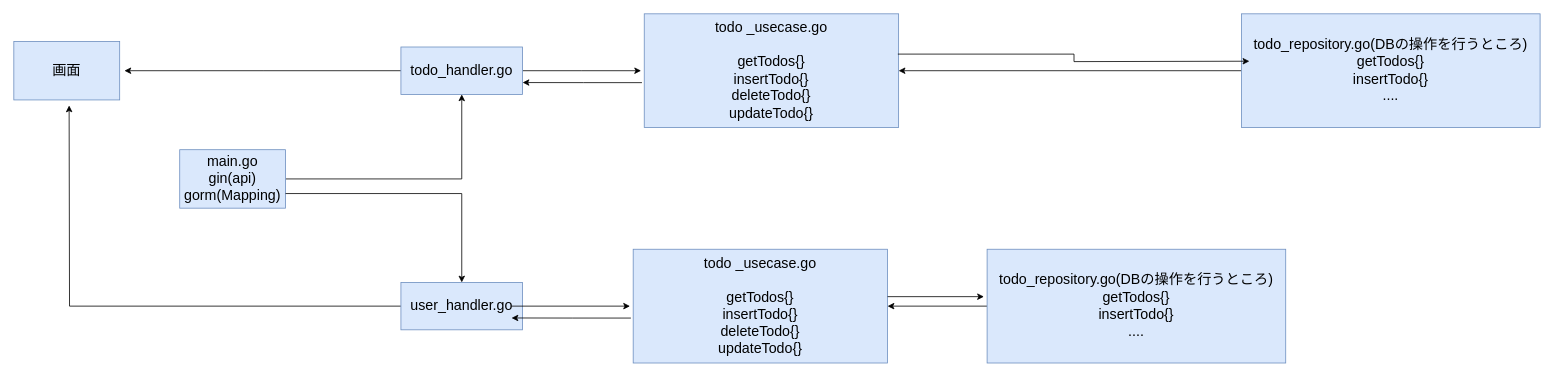
This is golang-architecture.drawio from daichi0525/pair-diagram-back, a draw.io file, before an edit. Source tidied: cells renumbered, new cells numbered last; positions are measured from the earlier drawing's top-left corner, leaving out a move shared by most shapes. Both pictures are drawn from the tidied source at 79%, with x=0, y=0 at pixel (13, 13).
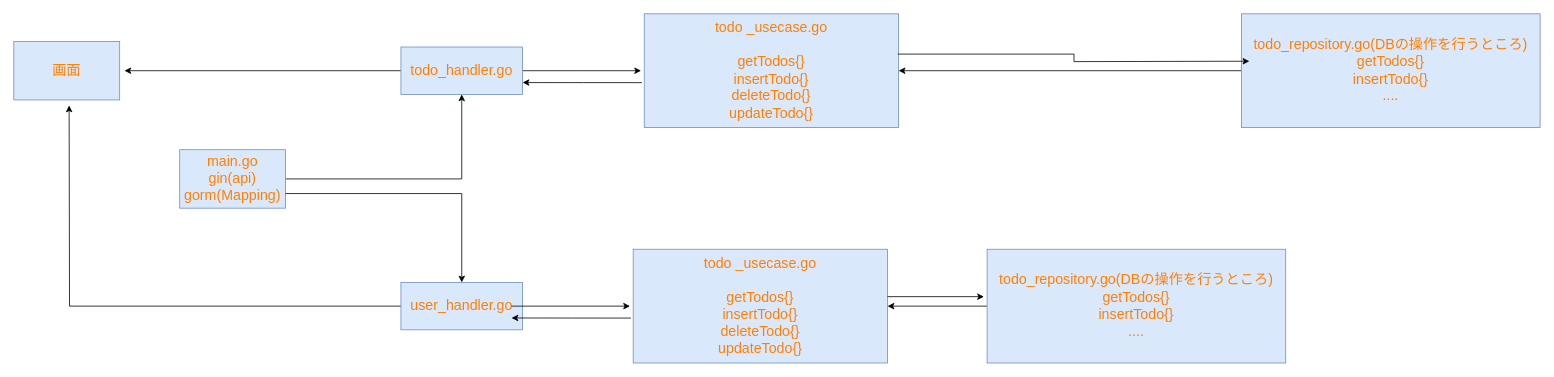
Above is the later version.

Commit message:
文字色の変更

What changed in the source:
```diff
@@
-    <mxCell id="2" style="edgeStyle=orthogonalEdgeStyle;rounded=0;jettySize=auto;html=1;" parent="1" edge="1" source="3" target="6">
+    <mxCell id="2" style="edgeStyle=orthogonalEdgeStyle;rounded=0;jettySize=auto;html=1;fontColor=#FF8000;" parent="1" edge="1" source="3" target="6">
       <mxGeometry relative="1" as="geometry" />
     </mxCell>
-    <mxCell id="3" value="main.go&lt;div&gt;gin(api)&lt;div&gt;gorm(Mapping)&lt;/div&gt;&lt;/div&gt;" style="rounded=0;whiteSpace=wrap;html=1;fillColor=#dae8fc;strokeColor=#6c8ebf;fontSize=18;" parent="1" vertex="1">
+    <mxCell id="3" value="main.go&lt;div&gt;gin(api)&lt;div&gt;gorm(Mapping)&lt;/div&gt;&lt;/div&gt;" style="rounded=0;whiteSpace=wrap;html=1;fillColor=#dae8fc;strokeColor=#6c8ebf;fontSize=18;fontColor=#FF8000;" parent="1" vertex="1">
       <mxGeometry x="210" y="172" width="134" height="74" as="geometry" />
     </mxCell>
-    <mxCell id="4" style="edgeStyle=orthogonalEdgeStyle;rounded=0;jettySize=auto;html=1;exitX=1;exitY=0.5;exitDx=0;exitDy=0;" parent="1" edge="1" source="6">
+    <mxCell id="4" style="edgeStyle=orthogonalEdgeStyle;rounded=0;jettySize=auto;html=1;exitX=1;exitY=0.5;exitDx=0;exitDy=0;fontColor=#FF8000;" parent="1" edge="1" source="6">
       <mxGeometry relative="1" as="geometry">
         <mxPoint x="794" y="72" as="targetPoint" />
       </mxGeometry>
     </mxCell>
-    <mxCell id="5" style="edgeStyle=orthogonalEdgeStyle;rounded=0;jettySize=auto;html=1;" parent="1" edge="1" source="6">
+    <mxCell id="5" style="edgeStyle=orthogonalEdgeStyle;rounded=0;jettySize=auto;html=1;fontColor=#FF8000;" parent="1" edge="1" source="6">
       <mxGeometry relative="1" as="geometry">
         <mxPoint x="140" y="72" as="targetPoint" />
       </mxGeometry>
     </mxCell>
-    <mxCell id="6" value="todo_handler.go" style="rounded=0;whiteSpace=wrap;html=1;fillColor=#dae8fc;strokeColor=#6c8ebf;fontSize=18;" parent="1" vertex="1">
+    <mxCell id="6" value="todo_handler.go" style="rounded=0;whiteSpace=wrap;html=1;fillColor=#dae8fc;strokeColor=#6c8ebf;fontSize=18;fontColor=#FF8000;" parent="1" vertex="1">
       <mxGeometry x="490" y="42" width="154" height="60" as="geometry" />
     </mxCell>
-    <mxCell id="7" value="&lt;div&gt;todo _usecase.go&lt;/div&gt;&lt;div&gt;&lt;br&gt;&lt;/div&gt;&lt;div&gt;getTodos{}&lt;/div&gt;&lt;div&gt;insertTodo{}&lt;/div&gt;&lt;div&gt;deleteTodo{}&lt;/div&gt;&lt;div&gt;updateTodo{}&lt;/div&gt;" style="rounded=0;whiteSpace=wrap;html=1;fillColor=#dae8fc;strokeColor=#6c8ebf;fontSize=18;" parent="1" vertex="1">
+    <mxCell id="7" value="&lt;div&gt;todo _usecase.go&lt;/div&gt;&lt;div&gt;&lt;br&gt;&lt;/div&gt;&lt;div&gt;getTodos{}&lt;/div&gt;&lt;div&gt;insertTodo{}&lt;/div&gt;&lt;div&gt;deleteTodo{}&lt;/div&gt;&lt;div&gt;updateTodo{}&lt;/div&gt;" style="rounded=0;whiteSpace=wrap;html=1;fillColor=#dae8fc;strokeColor=#6c8ebf;fontSize=18;fontColor=#FF8000;" parent="1" vertex="1">
       <mxGeometry x="798" width="322" height="144" as="geometry" />
     </mxCell>
-    <mxCell id="8" style="edgeStyle=orthogonalEdgeStyle;rounded=0;jettySize=auto;html=1;" parent="1" edge="1" source="9">
+    <mxCell id="8" style="edgeStyle=orthogonalEdgeStyle;rounded=0;jettySize=auto;html=1;fontColor=#FF8000;" parent="1" edge="1" source="9">
       <mxGeometry relative="1" as="geometry">
         <mxPoint x="70" y="116" as="targetPoint" />
       </mxGeometry>
     </mxCell>
-    <mxCell id="9" value="user_handler.go" style="rounded=0;whiteSpace=wrap;html=1;fillColor=#dae8fc;strokeColor=#6c8ebf;fontSize=18;" parent="1" vertex="1">
+    <mxCell id="9" value="user_handler.go" style="rounded=0;whiteSpace=wrap;html=1;fillColor=#dae8fc;strokeColor=#6c8ebf;fontSize=18;fontColor=#FF8000;" parent="1" vertex="1">
       <mxGeometry x="490" y="340" width="154" height="60" as="geometry" />
     </mxCell>
-    <mxCell id="10" style="edgeStyle=orthogonalEdgeStyle;rounded=0;jettySize=auto;html=1;exitX=1;exitY=0.75;exitDx=0;exitDy=0;" parent="1" edge="1" source="3" target="9">
+    <mxCell id="10" style="edgeStyle=orthogonalEdgeStyle;rounded=0;jettySize=auto;html=1;exitX=1;exitY=0.75;exitDx=0;exitDy=0;fontColor=#FF8000;" parent="1" edge="1" source="3" target="9">
       <mxGeometry relative="1" as="geometry" />
     </mxCell>
-    <mxCell id="11" style="edgeStyle=orthogonalEdgeStyle;rounded=0;jettySize=auto;html=1;" parent="1" edge="1" source="12" target="7">
+    <mxCell id="11" style="edgeStyle=orthogonalEdgeStyle;rounded=0;jettySize=auto;html=1;fontColor=#FF8000;" parent="1" edge="1" source="12" target="7">
       <mxGeometry relative="1" as="geometry" />
     </mxCell>
-    <mxCell id="12" value="&lt;div&gt;todo_repository.go(DBの操作を行うところ)&lt;/div&gt;&lt;div&gt;getTodos{}&lt;/div&gt;&lt;div&gt;insertTodo{}&lt;/div&gt;&lt;div&gt;....&lt;/div&gt;" style="rounded=0;whiteSpace=wrap;html=1;fillColor=#dae8fc;strokeColor=#6c8ebf;fontSize=18;" parent="1" vertex="1">
+    <mxCell id="12" value="&lt;div&gt;todo_repository.go(DBの操作を行うところ)&lt;/div&gt;&lt;div&gt;getTodos{}&lt;/div&gt;&lt;div&gt;insertTodo{}&lt;/div&gt;&lt;div&gt;....&lt;/div&gt;" style="rounded=0;whiteSpace=wrap;html=1;fillColor=#dae8fc;strokeColor=#6c8ebf;fontSize=18;fontColor=#FF8000;" parent="1" vertex="1">
       <mxGeometry x="1554" width="378" height="144" as="geometry" />
     </mxCell>
-    <mxCell id="13" style="edgeStyle=orthogonalEdgeStyle;rounded=0;jettySize=auto;html=1;exitX=0.997;exitY=0.354;exitDx=0;exitDy=0;exitPerimeter=0;" parent="1" edge="1" source="7">
+    <mxCell id="13" style="edgeStyle=orthogonalEdgeStyle;rounded=0;jettySize=auto;html=1;exitX=0.997;exitY=0.354;exitDx=0;exitDy=0;exitPerimeter=0;fontColor=#FF8000;" parent="1" edge="1" source="7">
       <mxGeometry relative="1" as="geometry">
         <mxPoint x="1564" y="60" as="targetPoint" />
       </mxGeometry>
     </mxCell>
-    <mxCell id="14" style="edgeStyle=orthogonalEdgeStyle;rounded=0;jettySize=auto;html=1;exitX=-0.009;exitY=0.605;exitDx=0;exitDy=0;entryX=1;entryY=0.75;entryDx=0;entryDy=0;exitPerimeter=0;" parent="1" edge="1" source="7" target="6">
+    <mxCell id="14" style="edgeStyle=orthogonalEdgeStyle;rounded=0;jettySize=auto;html=1;exitX=-0.009;exitY=0.605;exitDx=0;exitDy=0;entryX=1;entryY=0.75;entryDx=0;entryDy=0;exitPerimeter=0;fontColor=#FF8000;" parent="1" edge="1" source="7" target="6">
       <mxGeometry relative="1" as="geometry" />
     </mxCell>
-    <mxCell id="15" value="画面" style="rounded=0;whiteSpace=wrap;html=1;fillColor=#dae8fc;strokeColor=#6c8ebf;fontSize=18;" parent="1" vertex="1">
+    <mxCell id="15" value="画面" style="rounded=0;whiteSpace=wrap;html=1;fillColor=#dae8fc;strokeColor=#6c8ebf;fontSize=18;fontColor=#FF8000;" parent="1" vertex="1">
       <mxGeometry y="35" width="134" height="74" as="geometry" />
     </mxCell>
-    <mxCell id="16" style="edgeStyle=orthogonalEdgeStyle;rounded=0;orthogonalLoop=1;jettySize=auto;html=1;exitX=1;exitY=0.5;exitDx=0;exitDy=0;" parent="1" edge="1">
+    <mxCell id="16" style="edgeStyle=orthogonalEdgeStyle;rounded=0;orthogonalLoop=1;jettySize=auto;html=1;exitX=1;exitY=0.5;exitDx=0;exitDy=0;fontColor=#FF8000;" parent="1" edge="1">
       <mxGeometry relative="1" as="geometry">
         <mxPoint x="630" y="370" as="sourcePoint" />
         <mxPoint x="780" y="370" as="targetPoint" />
       </mxGeometry>
     </mxCell>
-    <mxCell id="17" value="&lt;div&gt;todo _usecase.go&lt;/div&gt;&lt;div&gt;&lt;br&gt;&lt;/div&gt;&lt;div&gt;getTodos{}&lt;/div&gt;&lt;div&gt;insertTodo{}&lt;/div&gt;&lt;div&gt;deleteTodo{}&lt;/div&gt;&lt;div&gt;updateTodo{}&lt;/div&gt;" style="rounded=0;whiteSpace=wrap;html=1;fillColor=#dae8fc;strokeColor=#6c8ebf;fontSize=18;" parent="1" vertex="1">
+    <mxCell id="17" value="&lt;div&gt;todo _usecase.go&lt;/div&gt;&lt;div&gt;&lt;br&gt;&lt;/div&gt;&lt;div&gt;getTodos{}&lt;/div&gt;&lt;div&gt;insertTodo{}&lt;/div&gt;&lt;div&gt;deleteTodo{}&lt;/div&gt;&lt;div&gt;updateTodo{}&lt;/div&gt;" style="rounded=0;whiteSpace=wrap;html=1;fillColor=#dae8fc;strokeColor=#6c8ebf;fontSize=18;fontColor=#FF8000;" parent="1" vertex="1">
       <mxGeometry x="784" y="298" width="322" height="144" as="geometry" />
     </mxCell>
-    <mxCell id="18" style="edgeStyle=orthogonalEdgeStyle;rounded=0;jettySize=auto;html=1;" parent="1" edge="1" source="19" target="17">
+    <mxCell id="18" style="edgeStyle=orthogonalEdgeStyle;rounded=0;jettySize=auto;html=1;fontColor=#FF8000;" parent="1" edge="1" source="19" target="17">
       <mxGeometry relative="1" as="geometry" />
     </mxCell>
-    <mxCell id="19" value="&lt;div&gt;todo_repository.go(DBの操作を行うところ)&lt;/div&gt;&lt;div&gt;getTodos{}&lt;/div&gt;&lt;div&gt;insertTodo{}&lt;/div&gt;&lt;div&gt;....&lt;/div&gt;" style="rounded=0;whiteSpace=wrap;html=1;fillColor=#dae8fc;strokeColor=#6c8ebf;fontSize=18;" parent="1" vertex="1">
+    <mxCell id="19" value="&lt;div&gt;todo_repository.go(DBの操作を行うところ)&lt;/div&gt;&lt;div&gt;getTodos{}&lt;/div&gt;&lt;div&gt;insertTodo{}&lt;/div&gt;&lt;div&gt;....&lt;/div&gt;" style="rounded=0;whiteSpace=wrap;html=1;fillColor=#dae8fc;strokeColor=#6c8ebf;fontSize=18;fontColor=#FF8000;" parent="1" vertex="1">
       <mxGeometry x="1232" y="298" width="378" height="144" as="geometry" />
     </mxCell>
-    <mxCell id="20" style="edgeStyle=orthogonalEdgeStyle;rounded=0;orthogonalLoop=1;jettySize=auto;html=1;" parent="1" edge="1">
+    <mxCell id="20" style="edgeStyle=orthogonalEdgeStyle;rounded=0;orthogonalLoop=1;jettySize=auto;html=1;fontColor=#FF8000;" parent="1" edge="1">
       <mxGeometry relative="1" as="geometry">
         <mxPoint x="1106" y="358" as="sourcePoint" />
         <mxPoint x="1228" y="358" as="targetPoint" />
       </mxGeometry>
     </mxCell>
-    <mxCell id="21" style="edgeStyle=orthogonalEdgeStyle;rounded=0;jettySize=auto;html=1;exitX=-0.009;exitY=0.605;exitDx=0;exitDy=0;entryX=1;entryY=0.75;entryDx=0;entryDy=0;exitPerimeter=0;" parent="1" edge="1" source="17">
+    <mxCell id="21" style="edgeStyle=orthogonalEdgeStyle;rounded=0;jettySize=auto;html=1;exitX=-0.009;exitY=0.605;exitDx=0;exitDy=0;entryX=1;entryY=0.75;entryDx=0;entryDy=0;exitPerimeter=0;fontColor=#FF8000;" parent="1" edge="1" source="17">
       <mxGeometry relative="1" as="geometry">
         <mxPoint x="630" y="385" as="targetPoint" />
       </mxGeometry>
     </mxCell>
```
